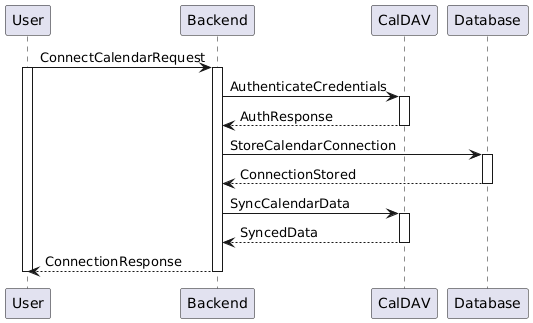
Before: docs/diagrams/out/docs/diagrams/sequence-diagrams/all-sequence-diagrams/Connect Calendar.png, a diagram exported from PlantUML (jadwalapp/symmetrical-spoon). Source of this version:
```plantuml
@startuml
User -> Backend ++ : ConnectCalendarRequest
activate User

Backend -> CalDAV ++ : AuthenticateCredentials
CalDAV --> Backend -- : AuthResponse

Backend -> Database ++ : StoreCalendarConnection
Database --> Backend -- : ConnectionStored

Backend -> CalDAV ++ : SyncCalendarData
CalDAV --> Backend -- : SyncedData

Backend --> User -- : ConnectionResponse
deactivate User
@enduml
```
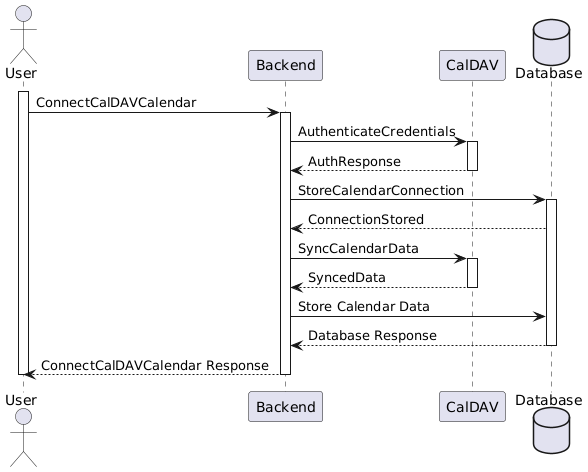
Above is the later version.

Diff of the diagram source:
```diff
@@ -1,16 +1,25 @@
 @startuml
-User -> Backend ++ : ConnectCalendarRequest
+actor User
+participant Backend
+participant CalDAV
+database Database
+
 activate User
+
+User -> Backend ++ : ConnectCalDAVCalendar
 
 Backend -> CalDAV ++ : AuthenticateCredentials
 CalDAV --> Backend -- : AuthResponse
 
 Backend -> Database ++ : StoreCalendarConnection
-Database --> Backend -- : ConnectionStored
+Database --> Backend : ConnectionStored
 
 Backend -> CalDAV ++ : SyncCalendarData
 CalDAV --> Backend -- : SyncedData
 
-Backend --> User -- : ConnectionResponse
+Backend -> Database : Store Calendar Data
+Database --> Backend -- :  Database Response
+
+Backend --> User -- : ConnectCalDAVCalendar Response
 deactivate User
 @enduml
```
